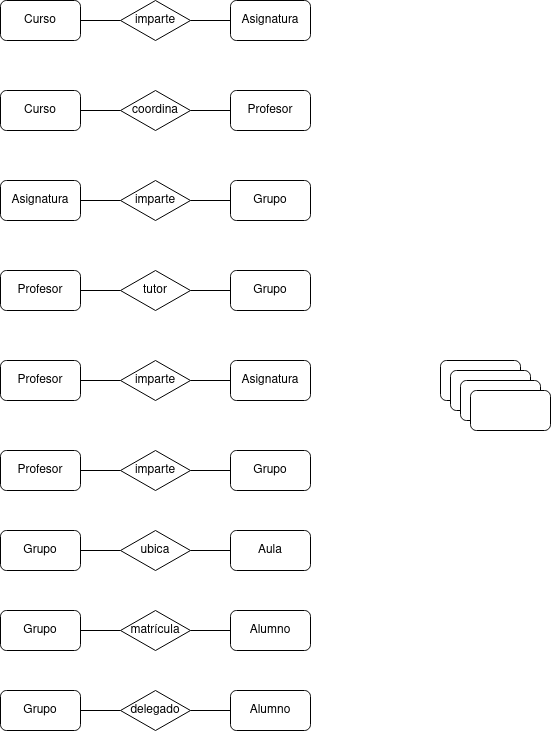
Before: Unidad-1/Tareas/Tareas-evaluables/Tarea-evaluable-6/tarea-evaluable-6.drawio.png, a diagram exported from draw.io (LuisMGlez/base-datos). Source tidied: cells renumbered, new cells last; positions are measured from the earlier drawing's top-left corner, leaving out a move shared by most shapes.
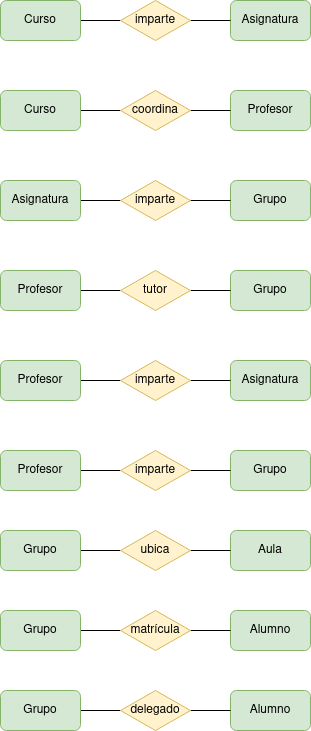
The same file after the commit.

What changed in the source:
```diff
@@ -2,151 +2,139 @@
   <root>
     <mxCell id="0" />
     <mxCell id="1" parent="0" />
-    <mxCell id="2" style="rounded=1;whiteSpace=wrap;html=1;" parent="1" vertex="1">
-      <mxGeometry x="440" y="360" width="80" height="40" as="geometry" />
-    </mxCell>
-    <mxCell id="3" style="rounded=1;whiteSpace=wrap;html=1;" parent="1" vertex="1">
-      <mxGeometry x="450" y="370" width="80" height="40" as="geometry" />
-    </mxCell>
-    <mxCell id="4" style="rounded=1;whiteSpace=wrap;html=1;" parent="1" vertex="1">
-      <mxGeometry x="460" y="380" width="80" height="40" as="geometry" />
-    </mxCell>
-    <mxCell id="5" style="rounded=1;whiteSpace=wrap;html=1;" parent="1" vertex="1">
-      <mxGeometry x="470" y="390" width="80" height="40" as="geometry" />
-    </mxCell>
-    <mxCell id="6" value="Asignatura" style="rounded=1;whiteSpace=wrap;html=1;" parent="1" vertex="1">
+    <mxCell id="6" value="Asignatura" style="rounded=1;whiteSpace=wrap;html=1;fillColor=#d5e8d4;strokeColor=#82b366;" parent="1" vertex="1">
       <mxGeometry x="230" width="80" height="40" as="geometry" />
     </mxCell>
     <mxCell id="7" style="edgeStyle=orthogonalEdgeStyle;rounded=0;jettySize=auto;html=1;exitX=1;exitY=0.5;exitDx=0;exitDy=0;entryX=0.5;entryY=1;entryDx=0;entryDy=0;endArrow=none;endFill=0;" parent="1" edge="1" source="8" target="10">
       <mxGeometry relative="1" as="geometry" />
     </mxCell>
-    <mxCell id="8" value="Curso" style="rounded=1;whiteSpace=wrap;html=1;" parent="1" vertex="1">
+    <mxCell id="8" value="Curso" style="rounded=1;whiteSpace=wrap;html=1;fillColor=#d5e8d4;strokeColor=#82b366;" parent="1" vertex="1">
       <mxGeometry width="80" height="40" as="geometry" />
     </mxCell>
     <mxCell id="9" style="edgeStyle=orthogonalEdgeStyle;rounded=0;jettySize=auto;html=1;exitX=0.5;exitY=0;exitDx=0;exitDy=0;entryX=0;entryY=0.5;entryDx=0;entryDy=0;endArrow=none;endFill=0;" parent="1" edge="1" source="10" target="6">
       <mxGeometry relative="1" as="geometry" />
     </mxCell>
-    <mxCell id="10" value="imparte" style="rhombus;whiteSpace=wrap;html=1;direction=south;" parent="1" vertex="1">
+    <mxCell id="10" value="imparte" style="rhombus;whiteSpace=wrap;html=1;direction=south;fillColor=#fff2cc;strokeColor=#d6b656;" parent="1" vertex="1">
       <mxGeometry x="120" width="70" height="40" as="geometry" />
     </mxCell>
-    <mxCell id="11" value="Profesor" style="rounded=1;whiteSpace=wrap;html=1;" parent="1" vertex="1">
+    <mxCell id="11" value="Profesor" style="rounded=1;whiteSpace=wrap;html=1;fillColor=#d5e8d4;strokeColor=#82b366;" parent="1" vertex="1">
       <mxGeometry x="230" y="90" width="80" height="40" as="geometry" />
     </mxCell>
     <mxCell id="12" style="edgeStyle=orthogonalEdgeStyle;rounded=0;jettySize=auto;html=1;exitX=1;exitY=0.5;exitDx=0;exitDy=0;entryX=0.5;entryY=1;entryDx=0;entryDy=0;endArrow=none;endFill=0;" parent="1" edge="1" source="13" target="15">
       <mxGeometry relative="1" as="geometry" />
     </mxCell>
-    <mxCell id="13" value="Curso" style="rounded=1;whiteSpace=wrap;html=1;" parent="1" vertex="1">
+    <mxCell id="13" value="Curso" style="rounded=1;whiteSpace=wrap;html=1;fillColor=#d5e8d4;strokeColor=#82b366;" parent="1" vertex="1">
       <mxGeometry y="90" width="80" height="40" as="geometry" />
     </mxCell>
     <mxCell id="14" style="edgeStyle=orthogonalEdgeStyle;rounded=0;jettySize=auto;html=1;exitX=0.5;exitY=0;exitDx=0;exitDy=0;entryX=0;entryY=0.5;entryDx=0;entryDy=0;endArrow=none;endFill=0;" parent="1" edge="1" source="15" target="11">
       <mxGeometry relative="1" as="geometry" />
     </mxCell>
-    <mxCell id="15" value="coordina" style="rhombus;whiteSpace=wrap;html=1;direction=south;" parent="1" vertex="1">
+    <mxCell id="15" value="coordina" style="rhombus;whiteSpace=wrap;html=1;direction=south;fillColor=#fff2cc;strokeColor=#d6b656;" parent="1" vertex="1">
       <mxGeometry x="120" y="90" width="70" height="40" as="geometry" />
     </mxCell>
-    <mxCell id="16" value="Grupo" style="rounded=1;whiteSpace=wrap;html=1;" parent="1" vertex="1">
+    <mxCell id="16" value="Grupo" style="rounded=1;whiteSpace=wrap;html=1;fillColor=#d5e8d4;strokeColor=#82b366;" parent="1" vertex="1">
       <mxGeometry x="230" y="180" width="80" height="40" as="geometry" />
     </mxCell>
     <mxCell id="17" style="edgeStyle=orthogonalEdgeStyle;rounded=0;jettySize=auto;html=1;exitX=1;exitY=0.5;exitDx=0;exitDy=0;entryX=0.5;entryY=1;entryDx=0;entryDy=0;endArrow=none;endFill=0;" parent="1" edge="1" source="18" target="20">
       <mxGeometry relative="1" as="geometry" />
     </mxCell>
-    <mxCell id="18" value="Asignatura" style="rounded=1;whiteSpace=wrap;html=1;" parent="1" vertex="1">
+    <mxCell id="18" value="Asignatura" style="rounded=1;whiteSpace=wrap;html=1;fillColor=#d5e8d4;strokeColor=#82b366;" parent="1" vertex="1">
       <mxGeometry y="180" width="80" height="40" as="geometry" />
     </mxCell>
     <mxCell id="19" style="edgeStyle=orthogonalEdgeStyle;rounded=0;jettySize=auto;html=1;exitX=0.5;exitY=0;exitDx=0;exitDy=0;entryX=0;entryY=0.5;entryDx=0;entryDy=0;endArrow=none;endFill=0;" parent="1" edge="1" source="20" target="16">
       <mxGeometry relative="1" as="geometry" />
     </mxCell>
-    <mxCell id="20" value="imparte" style="rhombus;whiteSpace=wrap;html=1;direction=south;" parent="1" vertex="1">
+    <mxCell id="20" value="imparte" style="rhombus;whiteSpace=wrap;html=1;direction=south;fillColor=#fff2cc;strokeColor=#d6b656;" parent="1" vertex="1">
       <mxGeometry x="120" y="180" width="70" height="40" as="geometry" />
     </mxCell>
-    <mxCell id="21" value="Grupo" style="rounded=1;whiteSpace=wrap;html=1;" parent="1" vertex="1">
+    <mxCell id="21" value="Grupo" style="rounded=1;whiteSpace=wrap;html=1;fillColor=#d5e8d4;strokeColor=#82b366;" parent="1" vertex="1">
       <mxGeometry x="230" y="270" width="80" height="40" as="geometry" />
     </mxCell>
     <mxCell id="22" style="edgeStyle=orthogonalEdgeStyle;rounded=0;jettySize=auto;html=1;exitX=1;exitY=0.5;exitDx=0;exitDy=0;entryX=0.5;entryY=1;entryDx=0;entryDy=0;endArrow=none;endFill=0;" parent="1" edge="1" source="23" target="25">
       <mxGeometry relative="1" as="geometry" />
     </mxCell>
-    <mxCell id="23" value="Profesor" style="rounded=1;whiteSpace=wrap;html=1;" parent="1" vertex="1">
+    <mxCell id="23" value="Profesor" style="rounded=1;whiteSpace=wrap;html=1;fillColor=#d5e8d4;strokeColor=#82b366;" parent="1" vertex="1">
       <mxGeometry y="270" width="80" height="40" as="geometry" />
     </mxCell>
     <mxCell id="24" style="edgeStyle=orthogonalEdgeStyle;rounded=0;jettySize=auto;html=1;exitX=0.5;exitY=0;exitDx=0;exitDy=0;entryX=0;entryY=0.5;entryDx=0;entryDy=0;endArrow=none;endFill=0;" parent="1" edge="1" source="25" target="21">
       <mxGeometry relative="1" as="geometry" />
     </mxCell>
-    <mxCell id="25" value="tutor" style="rhombus;whiteSpace=wrap;html=1;direction=south;" parent="1" vertex="1">
+    <mxCell id="25" value="tutor" style="rhombus;whiteSpace=wrap;html=1;direction=south;fillColor=#fff2cc;strokeColor=#d6b656;" parent="1" vertex="1">
       <mxGeometry x="120" y="270" width="70" height="40" as="geometry" />
     </mxCell>
-    <mxCell id="26" value="Asignatura" style="rounded=1;whiteSpace=wrap;html=1;" parent="1" vertex="1">
+    <mxCell id="26" value="Asignatura" style="rounded=1;whiteSpace=wrap;html=1;fillColor=#d5e8d4;strokeColor=#82b366;" parent="1" vertex="1">
       <mxGeometry x="230" y="360" width="80" height="40" as="geometry" />
     </mxCell>
     <mxCell id="27" style="edgeStyle=orthogonalEdgeStyle;rounded=0;jettySize=auto;html=1;exitX=1;exitY=0.5;exitDx=0;exitDy=0;entryX=0.5;entryY=1;entryDx=0;entryDy=0;endArrow=none;endFill=0;" parent="1" edge="1" source="28" target="30">
       <mxGeometry relative="1" as="geometry" />
     </mxCell>
-    <mxCell id="28" value="Profesor" style="rounded=1;whiteSpace=wrap;html=1;" parent="1" vertex="1">
+    <mxCell id="28" value="Profesor" style="rounded=1;whiteSpace=wrap;html=1;fillColor=#d5e8d4;strokeColor=#82b366;" parent="1" vertex="1">
       <mxGeometry y="360" width="80" height="40" as="geometry" />
     </mxCell>
     <mxCell id="29" style="edgeStyle=orthogonalEdgeStyle;rounded=0;jettySize=auto;html=1;exitX=0.5;exitY=0;exitDx=0;exitDy=0;entryX=0;entryY=0.5;entryDx=0;entryDy=0;endArrow=none;endFill=0;" parent="1" edge="1" source="30" target="26">
       <mxGeometry relative="1" as="geometry" />
     </mxCell>
-    <mxCell id="30" value="imparte" style="rhombus;whiteSpace=wrap;html=1;direction=south;" parent="1" vertex="1">
+    <mxCell id="30" value="imparte" style="rhombus;whiteSpace=wrap;html=1;direction=south;fillColor=#fff2cc;strokeColor=#d6b656;" parent="1" vertex="1">
       <mxGeometry x="120" y="360" width="70" height="40" as="geometry" />
     </mxCell>
-    <mxCell id="31" value="Grupo" style="rounded=1;whiteSpace=wrap;html=1;" parent="1" vertex="1">
+    <mxCell id="31" value="Grupo" style="rounded=1;whiteSpace=wrap;html=1;fillColor=#d5e8d4;strokeColor=#82b366;" parent="1" vertex="1">
       <mxGeometry x="230" y="450" width="80" height="40" as="geometry" />
     </mxCell>
     <mxCell id="32" style="edgeStyle=orthogonalEdgeStyle;rounded=0;jettySize=auto;html=1;exitX=1;exitY=0.5;exitDx=0;exitDy=0;entryX=0.5;entryY=1;entryDx=0;entryDy=0;endArrow=none;endFill=0;" parent="1" edge="1" source="33" target="35">
       <mxGeometry relative="1" as="geometry" />
     </mxCell>
-    <mxCell id="33" value="Profesor" style="rounded=1;whiteSpace=wrap;html=1;" parent="1" vertex="1">
+    <mxCell id="33" value="Profesor" style="rounded=1;whiteSpace=wrap;html=1;fillColor=#d5e8d4;strokeColor=#82b366;" parent="1" vertex="1">
       <mxGeometry y="450" width="80" height="40" as="geometry" />
     </mxCell>
     <mxCell id="34" style="edgeStyle=orthogonalEdgeStyle;rounded=0;jettySize=auto;html=1;exitX=0.5;exitY=0;exitDx=0;exitDy=0;entryX=0;entryY=0.5;entryDx=0;entryDy=0;endArrow=none;endFill=0;" parent="1" edge="1" source="35" target="31">
       <mxGeometry relative="1" as="geometry" />
     </mxCell>
-    <mxCell id="35" value="imparte" style="rhombus;whiteSpace=wrap;html=1;direction=south;" parent="1" vertex="1">
+    <mxCell id="35" value="imparte" style="rhombus;whiteSpace=wrap;html=1;direction=south;fillColor=#fff2cc;strokeColor=#d6b656;" parent="1" vertex="1">
       <mxGeometry x="120" y="450" width="70" height="40" as="geometry" />
     </mxCell>
-    <mxCell id="36" value="Aula" style="rounded=1;whiteSpace=wrap;html=1;" parent="1" vertex="1">
+    <mxCell id="36" value="Aula" style="rounded=1;whiteSpace=wrap;html=1;fillColor=#d5e8d4;strokeColor=#82b366;" parent="1" vertex="1">
       <mxGeometry x="230" y="530" width="80" height="40" as="geometry" />
     </mxCell>
     <mxCell id="37" style="edgeStyle=orthogonalEdgeStyle;rounded=0;jettySize=auto;html=1;exitX=1;exitY=0.5;exitDx=0;exitDy=0;entryX=0.5;entryY=1;entryDx=0;entryDy=0;endArrow=none;endFill=0;" parent="1" edge="1" source="38" target="40">
       <mxGeometry relative="1" as="geometry" />
     </mxCell>
-    <mxCell id="38" value="Grupo" style="rounded=1;whiteSpace=wrap;html=1;" parent="1" vertex="1">
+    <mxCell id="38" value="Grupo" style="rounded=1;whiteSpace=wrap;html=1;fillColor=#d5e8d4;strokeColor=#82b366;" parent="1" vertex="1">
       <mxGeometry y="530" width="80" height="40" as="geometry" />
     </mxCell>
     <mxCell id="39" style="edgeStyle=orthogonalEdgeStyle;rounded=0;jettySize=auto;html=1;exitX=0.5;exitY=0;exitDx=0;exitDy=0;entryX=0;entryY=0.5;entryDx=0;entryDy=0;endArrow=none;endFill=0;" parent="1" edge="1" source="40" target="36">
       <mxGeometry relative="1" as="geometry" />
     </mxCell>
-    <mxCell id="40" value="ubica" style="rhombus;whiteSpace=wrap;html=1;direction=south;" parent="1" vertex="1">
+    <mxCell id="40" value="ubica" style="rhombus;whiteSpace=wrap;html=1;direction=south;fillColor=#fff2cc;strokeColor=#d6b656;" parent="1" vertex="1">
       <mxGeometry x="120" y="530" width="70" height="40" as="geometry" />
     </mxCell>
-    <mxCell id="41" value="Alumno" style="rounded=1;whiteSpace=wrap;html=1;" parent="1" vertex="1">
+    <mxCell id="41" value="Alumno" style="rounded=1;whiteSpace=wrap;html=1;fillColor=#d5e8d4;strokeColor=#82b366;" parent="1" vertex="1">
       <mxGeometry x="230" y="610" width="80" height="40" as="geometry" />
     </mxCell>
     <mxCell id="42" style="edgeStyle=orthogonalEdgeStyle;rounded=0;jettySize=auto;html=1;exitX=1;exitY=0.5;exitDx=0;exitDy=0;entryX=0.5;entryY=1;entryDx=0;entryDy=0;endArrow=none;endFill=0;" parent="1" edge="1" source="43" target="45">
       <mxGeometry relative="1" as="geometry" />
     </mxCell>
-    <mxCell id="43" value="Grupo" style="rounded=1;whiteSpace=wrap;html=1;" parent="1" vertex="1">
+    <mxCell id="43" value="Grupo" style="rounded=1;whiteSpace=wrap;html=1;fillColor=#d5e8d4;strokeColor=#82b366;" parent="1" vertex="1">
       <mxGeometry y="610" width="80" height="40" as="geometry" />
     </mxCell>
     <mxCell id="44" style="edgeStyle=orthogonalEdgeStyle;rounded=0;jettySize=auto;html=1;exitX=0.5;exitY=0;exitDx=0;exitDy=0;entryX=0;entryY=0.5;entryDx=0;entryDy=0;endArrow=none;endFill=0;" parent="1" edge="1" source="45" target="41">
       <mxGeometry relative="1" as="geometry" />
     </mxCell>
-    <mxCell id="45" value="matrícula" style="rhombus;whiteSpace=wrap;html=1;direction=south;" parent="1" vertex="1">
+    <mxCell id="45" value="matrícula" style="rhombus;whiteSpace=wrap;html=1;direction=south;fillColor=#fff2cc;strokeColor=#d6b656;" parent="1" vertex="1">
       <mxGeometry x="120" y="610" width="70" height="40" as="geometry" />
     </mxCell>
-    <mxCell id="46" value="Alumno" style="rounded=1;whiteSpace=wrap;html=1;" parent="1" vertex="1">
+    <mxCell id="46" value="Alumno" style="rounded=1;whiteSpace=wrap;html=1;fillColor=#d5e8d4;strokeColor=#82b366;" parent="1" vertex="1">
       <mxGeometry x="230" y="690" width="80" height="40" as="geometry" />
     </mxCell>
     <mxCell id="47" style="edgeStyle=orthogonalEdgeStyle;rounded=0;jettySize=auto;html=1;exitX=1;exitY=0.5;exitDx=0;exitDy=0;entryX=0.5;entryY=1;entryDx=0;entryDy=0;endArrow=none;endFill=0;" parent="1" edge="1" source="48" target="50">
       <mxGeometry relative="1" as="geometry" />
     </mxCell>
-    <mxCell id="48" value="Grupo" style="rounded=1;whiteSpace=wrap;html=1;" parent="1" vertex="1">
+    <mxCell id="48" value="Grupo" style="rounded=1;whiteSpace=wrap;html=1;fillColor=#d5e8d4;strokeColor=#82b366;" parent="1" vertex="1">
       <mxGeometry y="690" width="80" height="40" as="geometry" />
     </mxCell>
     <mxCell id="49" style="edgeStyle=orthogonalEdgeStyle;rounded=0;jettySize=auto;html=1;exitX=0.5;exitY=0;exitDx=0;exitDy=0;entryX=0;entryY=0.5;entryDx=0;entryDy=0;endArrow=none;endFill=0;" parent="1" edge="1" source="50" target="46">
       <mxGeometry relative="1" as="geometry" />
     </mxCell>
-    <mxCell id="50" value="delegado" style="rhombus;whiteSpace=wrap;html=1;direction=south;" parent="1" vertex="1">
+    <mxCell id="50" value="delegado" style="rhombus;whiteSpace=wrap;html=1;direction=south;fillColor=#fff2cc;strokeColor=#d6b656;" parent="1" vertex="1">
       <mxGeometry x="120" y="690" width="70" height="40" as="geometry" />
     </mxCell>
   </root>
```
